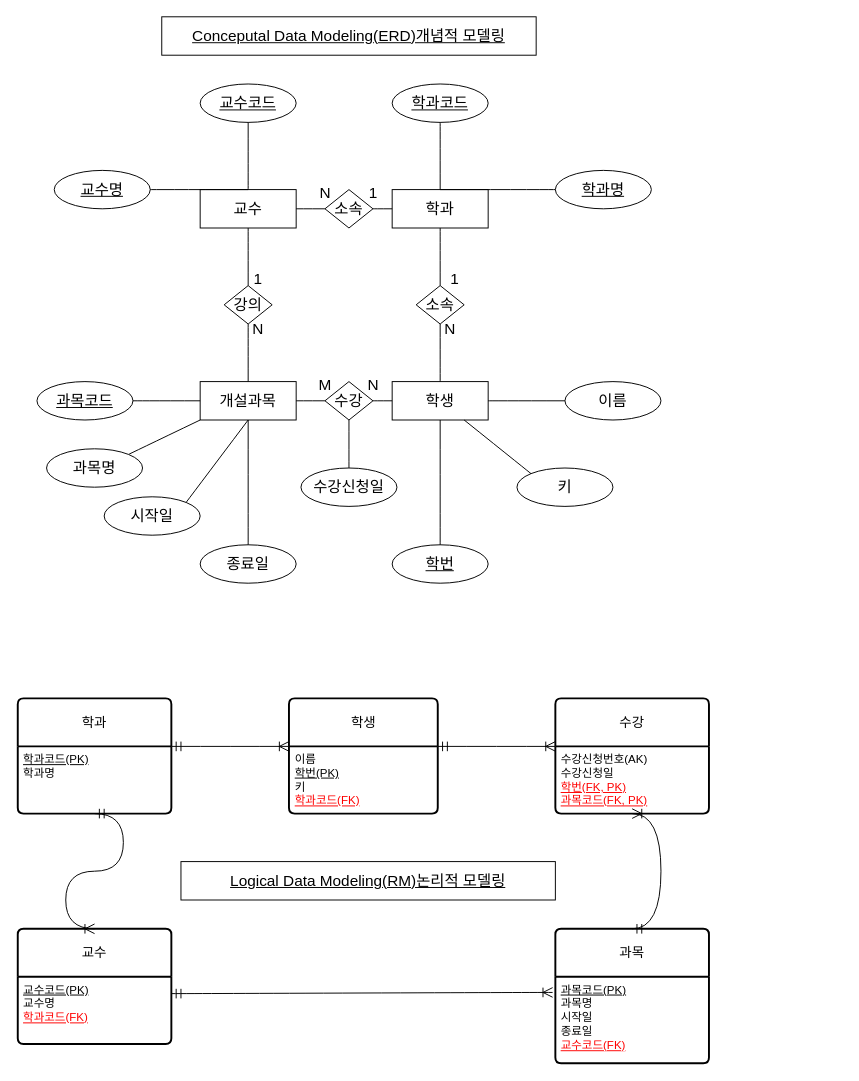
Earlier version of the draw.io diagram page "페이지-3" (3 of 3) of erd.drawio (jrjosh1207/ai8erd). Source tidied: cells renumbered, new cells numbered last; positions are measured from the earlier drawing's top-left corner, leaving out a move shared by most shapes. Both pictures are drawn from the tidied source at 96%, with x=0, y=0 at pixel (17, 16).
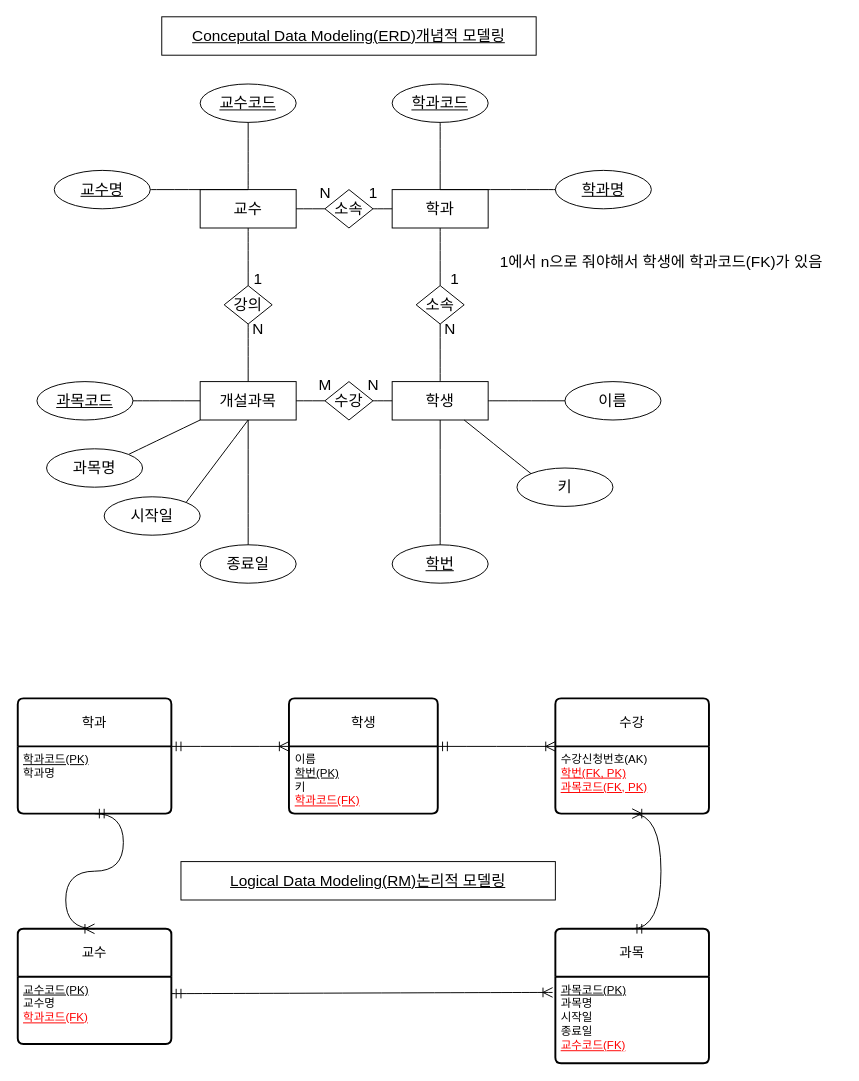
The same page after the edit.

The change refers to these unchanged cells:
```xml
<mxCell id="18" value="수강" style="shape=rhombus;perimeter=rhombusPerimeter;whiteSpace=wrap;html=1;align=center;fontSize=16;" parent="1" vertex="1">
  <mxGeometry x="320" y="380" width="50" height="40" as="geometry" />
</mxCell>
<mxCell id="50" value="수강" style="swimlane;horizontal=1;startSize=50;rounded=1;fontSize=14;fontStyle=0;strokeWidth=2;shadow=0;dashed=0;align=center;arcSize=4;whiteSpace=wrap;html=1;" parent="1" vertex="1">
  <mxGeometry x="560" y="710" width="160" height="120" as="geometry" />
</mxCell>
```

Change to the diagram source:
```diff
@@
-    <mxCell id="51" value="수강신청번호(AK)&lt;br&gt;수강신청일&lt;br&gt;&lt;font style=&quot;&quot; color=&quot;#ff0000&quot;&gt;&lt;u&gt;학번(FK, PK)&lt;br&gt;과목코드(FK, PK)&lt;br&gt;&lt;/u&gt;&lt;/font&gt;" style="align=left;strokeColor=none;fillColor=none;spacingLeft=4;fontSize=12;verticalAlign=top;html=1;" parent="50" vertex="1">
+    <mxCell id="51" value="수강신청번호(AK)&lt;br&gt;&lt;font style=&quot;&quot; color=&quot;#ff0000&quot;&gt;&lt;u&gt;학번(FK, PK)&lt;br&gt;과목코드(FK, PK)&lt;br&gt;&lt;br&gt;&lt;/u&gt;&lt;/font&gt;" style="align=left;strokeColor=none;fillColor=none;spacingLeft=4;fontSize=12;verticalAlign=top;html=1;" parent="50" vertex="1">
       <mxGeometry y="50" width="160" height="70" as="geometry" />
     </mxCell>
@@
-    <mxCell id="54" value="수강신청일" style="ellipse;whiteSpace=wrap;html=1;align=center;fontSize=16;" parent="1" vertex="1">
-      <mxGeometry x="295" y="470" width="100" height="40" as="geometry" />
-    </mxCell>
@@
-    <mxCell id="57" style="endArrow=none;html=1;rounded=0;fontSize=12;startSize=8;endSize=8;curved=1;exitX=0.5;exitY=0;exitDx=0;exitDy=0;entryX=0.5;entryY=1;entryDx=0;entryDy=0;" parent="1" edge="1" source="54" target="18">
-      <mxGeometry relative="1" as="geometry" />
-    </mxCell>
@@
+    <mxCell id="67" value="1에서 n으로 줘야해서 학생에 학과코드(FK)가 있음" style="text;html=1;align=center;verticalAlign=middle;strokeColor=none;fillColor=none;fontSize=16;" parent="1" vertex="1">
+      <mxGeometry x="480" y="240" width="380" height="30" as="geometry" />
+    </mxCell>
```
